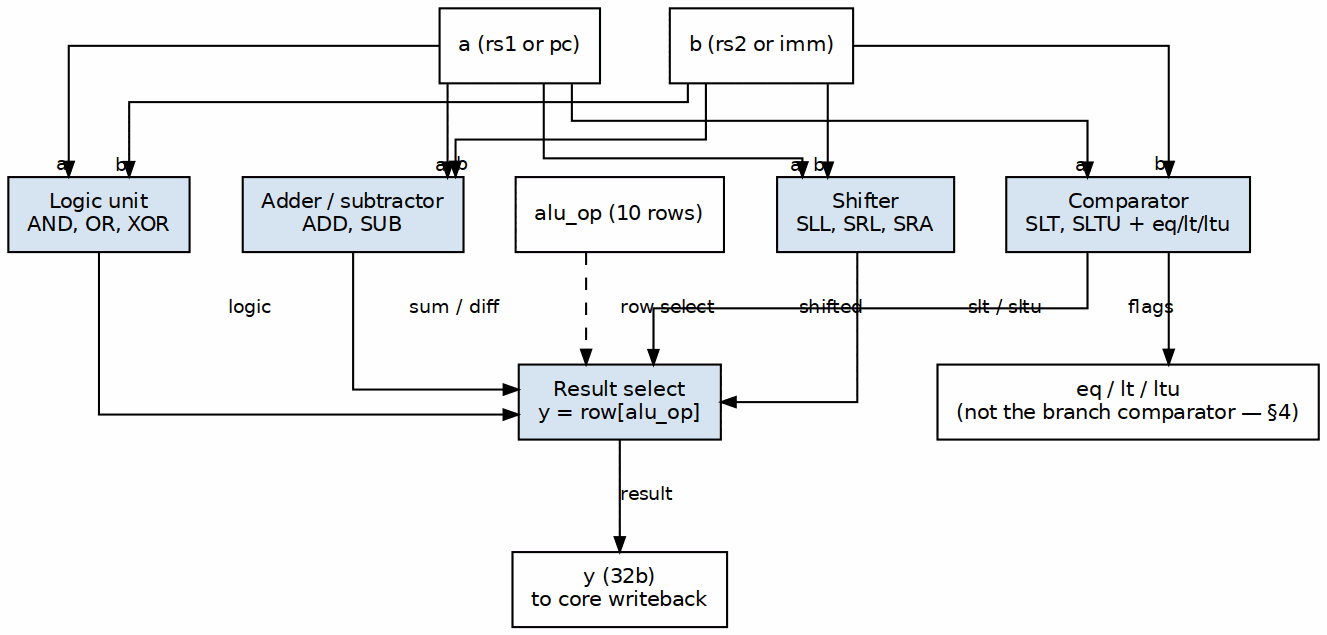
sean-galloway/RTLDesignSherpa keeps this Graphviz diagram as projects/components/compute-eng-ip/alu-rv32i/assets/graphviz/01_alu_rv32i_block.png. Above is the earlier version. Its source is kept beside it as projects/components/compute-eng-ip/alu-rv32i/assets/graphviz/01_alu_rv32i_block.dot. The source it was exported from:
```dot
digraph alu_rv32i {
    rankdir=TB;
    graph [bgcolor="white", fontname="Helvetica", fontsize=11,
           nodesep="0.35", ranksep="0.60", splines=ortho];
    node  [fontname="Helvetica", fontsize=10, shape=box, style=filled,
           fillcolor="#D6E4F0", color="black", margin="0.12,0.06"];
    edge  [fontname="Helvetica", fontsize=9, color="black", arrowsize=0.7];

    a  [label="a (rs1 or pc)", fillcolor="white"];
    b  [label="b (rs2 or imm)", fillcolor="white"];
    op [label="alu_op (10 rows)", fillcolor="white"];

    arith [label="Adder / subtractor\nADD, SUB"];
    logic [label="Logic unit\nAND, OR, XOR"];
    shift [label="Shifter\nSLL, SRL, SRA"];
    cmp   [label="Comparator\nSLT, SLTU + eq/lt/ltu"];

    sel [label="Result select\ny = row[alu_op]"];
    y   [label="y (32b)\nto core writeback", fillcolor="white"];
    fl  [label="eq / lt / ltu\n(not the branch comparator — §4)", fillcolor="white"];

    a -> arith [headlabel="a"];
    a -> logic [headlabel="a"];
    a -> shift [headlabel="a"];
    a -> cmp   [headlabel="a"];
    b -> arith [headlabel="b"];
    b -> logic [headlabel="b"];
    b -> shift [headlabel="b"];
    b -> cmp   [headlabel="b"];

    arith -> sel [label="sum / diff"];
    logic -> sel [label="logic"];
    shift -> sel [label="shifted"];
    cmp   -> sel [label="slt / sltu"];
    op    -> sel [style=dashed, label="row select"];

    sel -> y [label="result"];
    cmp -> fl [label="flags"];
}
```
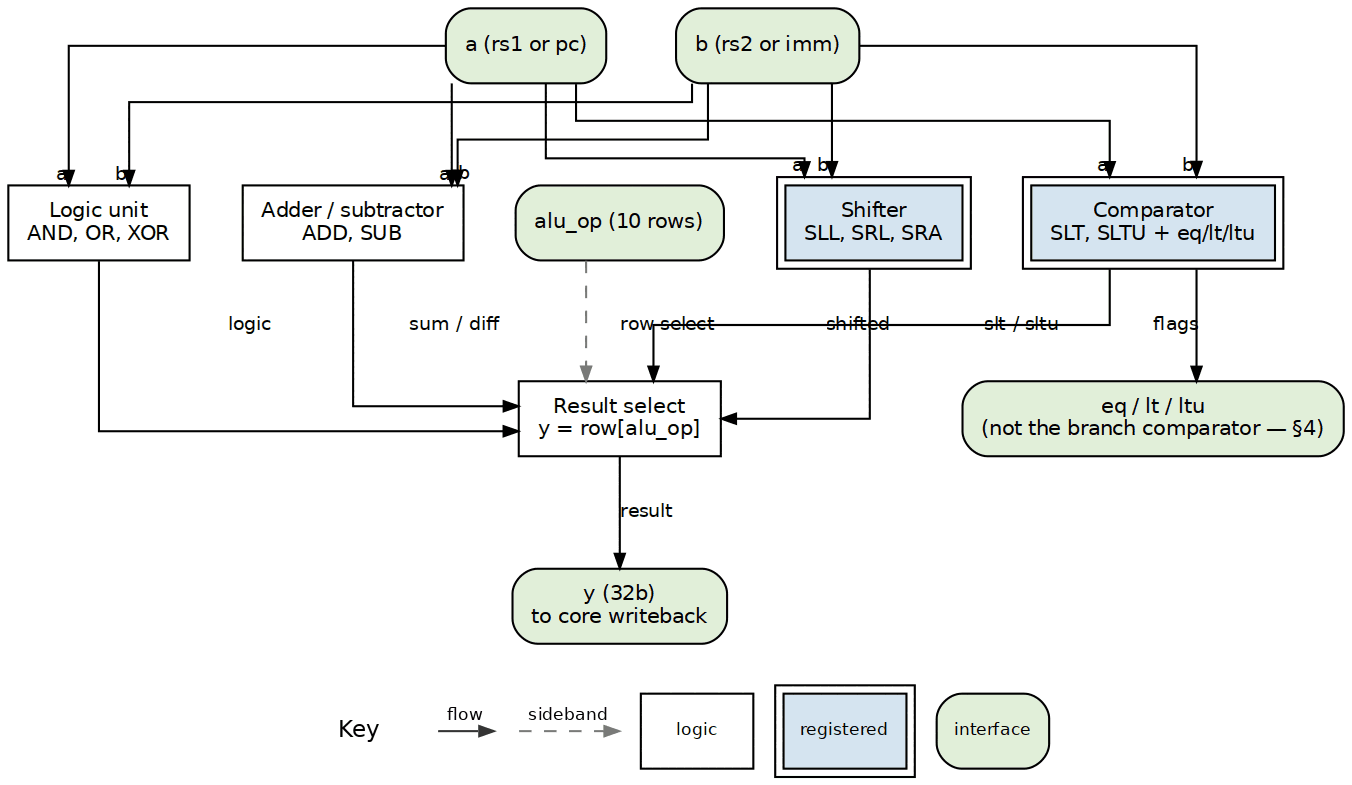
Later version of the same file.

The edit, as a diff of the source:
```diff
@@ -3,21 +3,21 @@
     graph [bgcolor="white", fontname="Helvetica", fontsize=11,
            nodesep="0.35", ranksep="0.60", splines=ortho];
     node  [fontname="Helvetica", fontsize=10, shape=box, style=filled,
-           fillcolor="#D6E4F0", color="black", margin="0.12,0.06"];
+           fillcolor="white", color="black", margin="0.12,0.06"];
     edge  [fontname="Helvetica", fontsize=9, color="black", arrowsize=0.7];
 
-    a  [label="a (rs1 or pc)", fillcolor="white"];
-    b  [label="b (rs2 or imm)", fillcolor="white"];
-    op [label="alu_op (10 rows)", fillcolor="white"];
+    a  [label="a (rs1 or pc)", fillcolor="white", style="rounded,filled", fillcolor="#E2EFDA"];
+    b  [label="b (rs2 or imm)", fillcolor="white", style="rounded,filled", fillcolor="#E2EFDA"];
+    op [label="alu_op (10 rows)", fillcolor="white", style="rounded,filled", fillcolor="#E2EFDA"];
 
-    arith [label="Adder / subtractor\nADD, SUB"];
-    logic [label="Logic unit\nAND, OR, XOR"];
-    shift [label="Shifter\nSLL, SRL, SRA"];
-    cmp   [label="Comparator\nSLT, SLTU + eq/lt/ltu"];
+    arith [label="Adder / subtractor\nADD, SUB", style="filled", fillcolor="white"];
+    logic [label="Logic unit\nAND, OR, XOR", style="filled", fillcolor="white"];
+    shift [label="Shifter\nSLL, SRL, SRA", peripheries=2, style="filled", fillcolor="#D6E4F0"];
+    cmp   [label="Comparator\nSLT, SLTU + eq/lt/ltu", peripheries=2, style="filled", fillcolor="#D6E4F0"];
 
-    sel [label="Result select\ny = row[alu_op]"];
-    y   [label="y (32b)\nto core writeback", fillcolor="white"];
-    fl  [label="eq / lt / ltu\n(not the branch comparator — §4)", fillcolor="white"];
+    sel [label="Result select\ny = row[alu_op]", style="filled", fillcolor="white"];
+    y   [label="y (32b)\nto core writeback", fillcolor="white", style="rounded,filled", fillcolor="#E2EFDA"];
+    fl  [label="eq / lt / ltu\n(not the branch comparator — §4)", fillcolor="white", style="rounded,filled", fillcolor="#E2EFDA"];
 
     a -> arith [headlabel="a"];
     a -> logic [headlabel="a"];
@@ -32,7 +32,7 @@
     logic -> sel [label="logic"];
     shift -> sel [label="shifted"];
     cmp   -> sel [label="slt / sltu"];
-    op    -> sel [style=dashed, label="row select"];
+    op    -> sel [style=dashed, color="#777777", label="row select"];
 
     sel -> y [label="result"];
     cmp -> fl [label="flags"];
```
